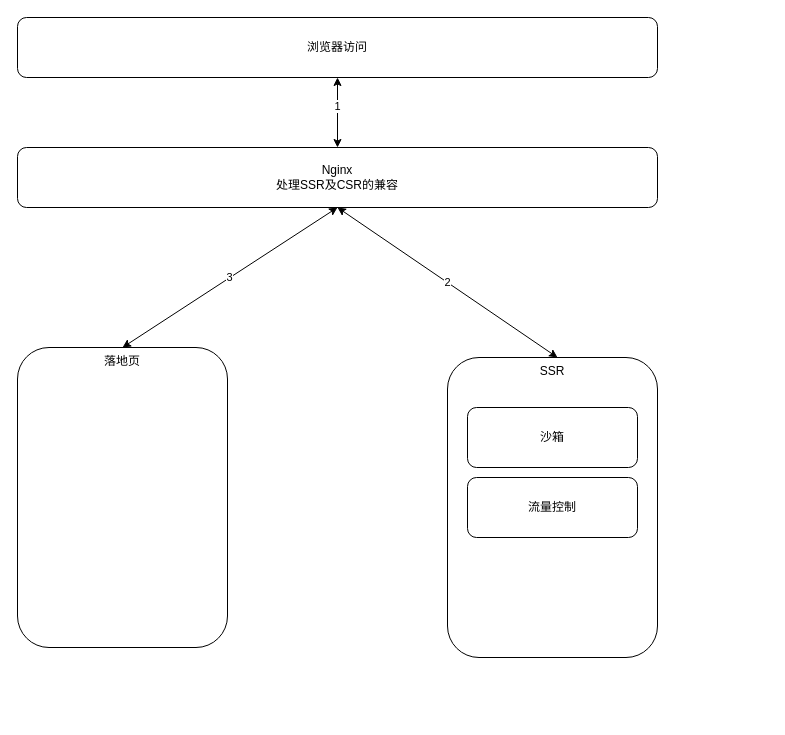
Earlier version of the draw.io diagram Untitled Diagram.drawio (nicejacket/uml). Source tidied: cells renumbered, new cells numbered last; positions are measured from the earlier drawing's top-left corner, leaving out a move shared by most shapes. Both pictures are drawn from the tidied source at 100%, with x=0, y=0 at pixel (17, 17).
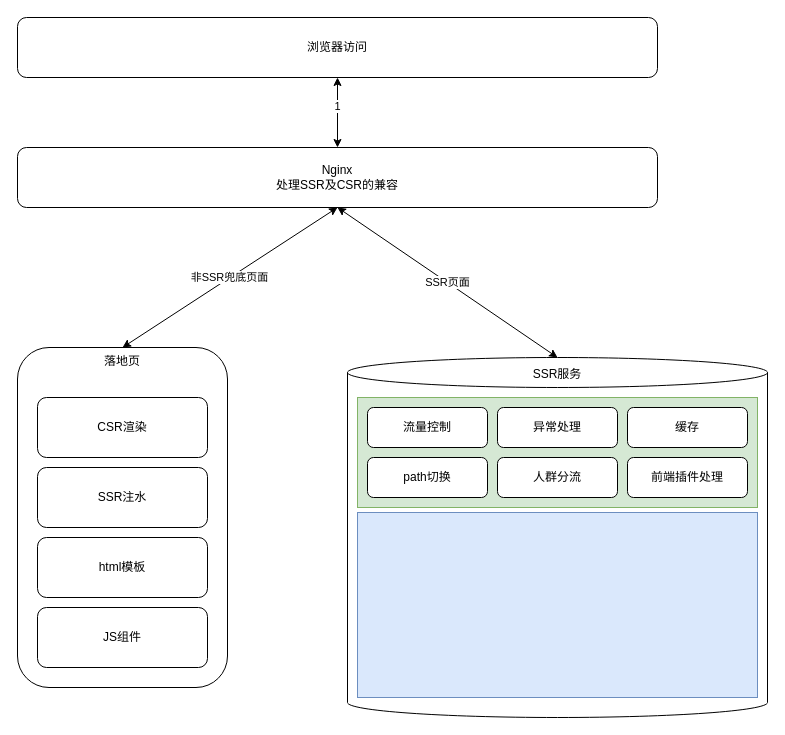
The same page after the edit.

Unchanged cells that the change refers to:
```xml
<mxCell id="2" value="Nginx&lt;br&gt;处理SSR及CSR的兼容" style="rounded=1;whiteSpace=wrap;html=1;" parent="1" vertex="1">
  <mxGeometry y="130" width="640" height="60" as="geometry" />
</mxCell>
```

The edit, as a diff of the source:
```diff
@@
     <mxCell id="3" value="落地页" style="rounded=1;whiteSpace=wrap;html=1;horizontal=1;verticalAlign=top;" parent="1" vertex="1">
-      <mxGeometry y="330" width="210" height="300" as="geometry" />
+      <mxGeometry y="330" width="210" height="340" as="geometry" />
     </mxCell>
-    <mxCell id="4" value="SSR" style="rounded=1;whiteSpace=wrap;html=1;horizontal=1;verticalAlign=top;" parent="1" vertex="1">
-      <mxGeometry x="430" y="340" width="210" height="300" as="geometry" />
-    </mxCell>
-    <mxCell id="5" value="沙箱" style="rounded=1;whiteSpace=wrap;html=1;verticalAlign=middle;" parent="1" vertex="1">
-      <mxGeometry x="450" y="390" width="170" height="60" as="geometry" />
-    </mxCell>
-    <mxCell id="6" value="流量控制" style="rounded=1;whiteSpace=wrap;html=1;verticalAlign=middle;" parent="1" vertex="1">
-      <mxGeometry x="450" y="460" width="170" height="60" as="geometry" />
-    </mxCell>
@@
-    <mxCell id="8" value="2" style="endArrow=classic;startArrow=classic;html=1;entryX=0.5;entryY=1;entryDx=0;entryDy=0;" parent="1" edge="1" target="2">
+    <mxCell id="8" value="SSR页面" style="endArrow=classic;startArrow=classic;html=1;entryX=0.5;entryY=1;entryDx=0;entryDy=0;" parent="1" edge="1" target="2">
       <mxGeometry relative="1" as="geometry">
         <mxPoint x="540" y="340" as="sourcePoint" />
       </mxGeometry>
     </mxCell>
@@
-    <mxCell id="11" value="3" style="endArrow=classic;startArrow=classic;html=1;exitX=0.5;exitY=0;exitDx=0;exitDy=0;" parent="1" edge="1" source="3">
+    <mxCell id="11" value="非SSR兜底页面" style="endArrow=classic;startArrow=classic;html=1;exitX=0.5;exitY=0;exitDx=0;exitDy=0;" parent="1" edge="1" source="3">
       <mxGeometry relative="1" as="geometry">
         <mxPoint x="320" y="190" as="targetPoint" />
       </mxGeometry>
     </mxCell>
+    <mxCell id="12" value="CSR渲染" style="rounded=1;whiteSpace=wrap;html=1;verticalAlign=middle;" parent="1" vertex="1">
+      <mxGeometry x="20" y="380" width="170" height="60" as="geometry" />
+    </mxCell>
+    <mxCell id="13" value="SSR注水" style="rounded=1;whiteSpace=wrap;html=1;verticalAlign=middle;" parent="1" vertex="1">
+      <mxGeometry x="20" y="450" width="170" height="60" as="geometry" />
+    </mxCell>
+    <mxCell id="14" value="html模板" style="rounded=1;whiteSpace=wrap;html=1;verticalAlign=middle;" parent="1" vertex="1">
+      <mxGeometry x="20" y="520" width="170" height="60" as="geometry" />
+    </mxCell>
+    <mxCell id="15" value="JS组件" style="rounded=1;whiteSpace=wrap;html=1;verticalAlign=middle;" parent="1" vertex="1">
+      <mxGeometry x="20" y="590" width="170" height="60" as="geometry" />
+    </mxCell>
+    <mxCell id="16" style="shape=cylinder3;whiteSpace=wrap;html=1;boundedLbl=1;backgroundOutline=1;size=15;verticalAlign=top;" parent="1" vertex="1">
+      <mxGeometry x="330" y="340" width="420" height="360" as="geometry" />
+    </mxCell>
+    <mxCell id="17" value="SSR服务" style="text;html=1;strokeColor=none;fillColor=none;align=center;verticalAlign=middle;whiteSpace=wrap;rounded=0;" parent="1" vertex="1">
+      <mxGeometry x="510" y="347" width="60" height="20" as="geometry" />
+    </mxCell>
+    <mxCell id="18" style="rounded=0;whiteSpace=wrap;html=1;verticalAlign=top;strokeColor=#82b366;fillColor=#d5e8d4;" parent="1" vertex="1">
+      <mxGeometry x="340" y="380" width="400" height="110" as="geometry" />
+    </mxCell>
+    <mxCell id="6" value="流量控制" style="rounded=1;whiteSpace=wrap;html=1;verticalAlign=middle;" parent="1" vertex="1">
+      <mxGeometry x="350" y="390" width="120" height="40" as="geometry" />
+    </mxCell>
+    <mxCell id="19" value="异常处理" style="rounded=1;whiteSpace=wrap;html=1;verticalAlign=middle;" parent="1" vertex="1">
+      <mxGeometry x="480" y="390" width="120" height="40" as="geometry" />
+    </mxCell>
+    <mxCell id="20" value="缓存" style="rounded=1;whiteSpace=wrap;html=1;verticalAlign=middle;" parent="1" vertex="1">
+      <mxGeometry x="610" y="390" width="120" height="40" as="geometry" />
+    </mxCell>
+    <mxCell id="21" value="path切换" style="rounded=1;whiteSpace=wrap;html=1;verticalAlign=middle;" parent="1" vertex="1">
+      <mxGeometry x="350" y="440" width="120" height="40" as="geometry" />
+    </mxCell>
+    <mxCell id="22" value="人群分流" style="rounded=1;whiteSpace=wrap;html=1;verticalAlign=middle;" parent="1" vertex="1">
+      <mxGeometry x="480" y="440" width="120" height="40" as="geometry" />
+    </mxCell>
+    <mxCell id="23" value="前端插件处理" style="rounded=1;whiteSpace=wrap;html=1;verticalAlign=middle;" parent="1" vertex="1">
+      <mxGeometry x="610" y="440" width="120" height="40" as="geometry" />
+    </mxCell>
+    <mxCell id="24" style="rounded=0;whiteSpace=wrap;html=1;verticalAlign=middle;fillColor=#dae8fc;strokeColor=#6c8ebf;" parent="1" vertex="1">
+      <mxGeometry x="340" y="495" width="400" height="185" as="geometry" />
+    </mxCell>
```
